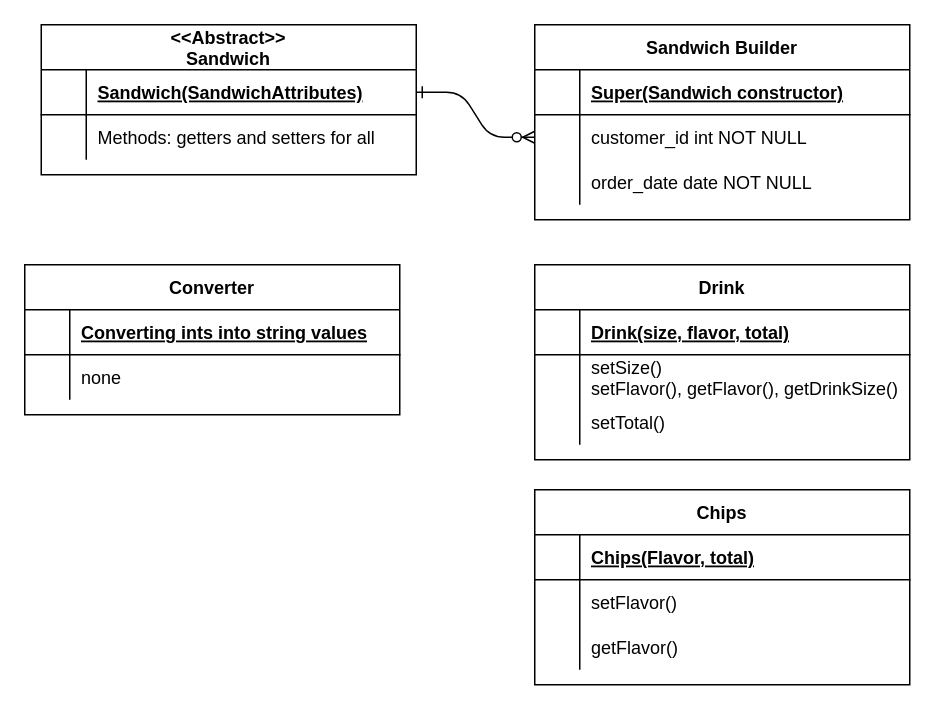
Before: Untitled Diagram.drawio in KailaTheeNgineer/TurtlePaint, a draw.io diagram. Source tidied: cells renumbered, new cells numbered last; positions are measured from the earlier drawing's top-left corner, leaving out a move shared by most shapes. Both pictures are drawn from the tidied source at 150%, with x=0, y=0 at pixel (24, 24).
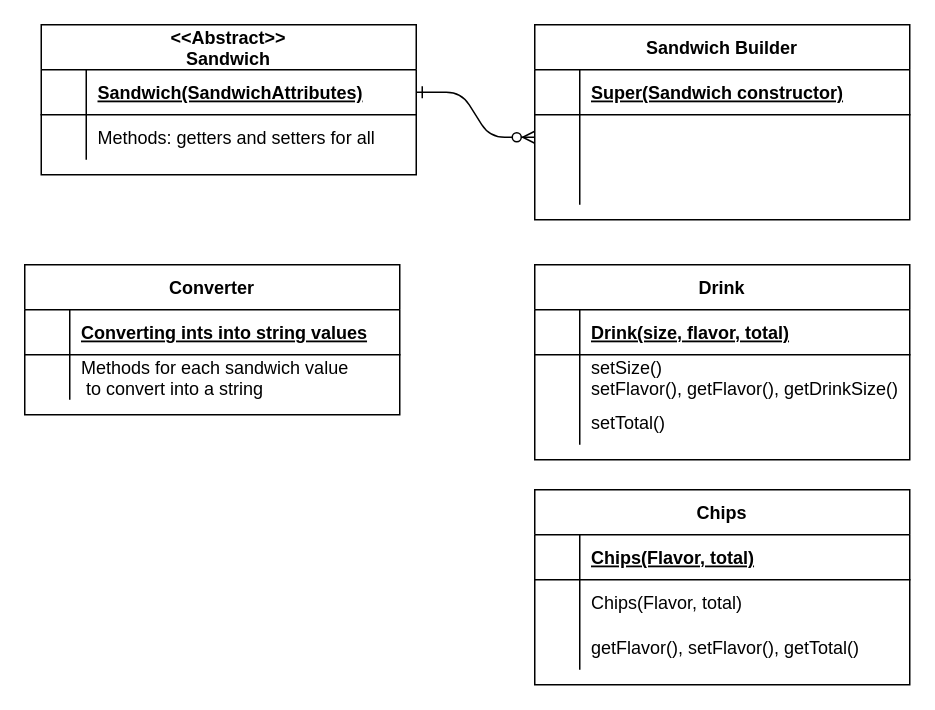
Above is the later version.

Unchanged cells that the change refers to:
```xml
<mxCell id="7" style="shape=partialRectangle;fillColor=none;points=[[0,0.5],[1,0.5]];portConstraint=eastwest;top=0;left=0;right=0;bottom=0;" parent="3" vertex="1">
  <mxGeometry y="60" width="250" height="30" as="geometry" />
</mxCell>
<mxCell id="10" style="shape=partialRectangle;fillColor=none;top=0;left=0;right=0;bottom=0;" parent="3" vertex="1">
  <mxGeometry y="90" width="250" height="30" as="geometry" />
</mxCell>
<mxCell id="34" style="shape=partialRectangle;fillColor=none;top=0;left=0;right=0;bottom=0;" parent="30" vertex="1">
  <mxGeometry y="60" width="250" height="30" as="geometry" />
</mxCell>
<mxCell id="41" style="shape=partialRectangle;fillColor=none;top=0;left=0;right=0;bottom=0;" parent="37" vertex="1">
  <mxGeometry y="60" width="250" height="30" as="geometry" />
</mxCell>
<mxCell id="44" style="shape=partialRectangle;fillColor=none;top=0;left=0;right=0;bottom=0;" parent="37" vertex="1">
  <mxGeometry y="90" width="250" height="30" as="geometry" />
</mxCell>
```

What changed in the source:
```diff
@@
-    <mxCell id="9" value="customer_id int NOT NULL" style="shape=partialRectangle;overflow=hidden;fillColor=none;top=0;left=0;bottom=0;right=0;align=left;spacingLeft=6;" parent="7" vertex="1">
+    <mxCell id="9" style="shape=partialRectangle;overflow=hidden;fillColor=none;top=0;left=0;bottom=0;right=0;align=left;spacingLeft=6;" parent="7" vertex="1">
       <mxGeometry x="30" width="220" height="30" as="geometry" />
     </mxCell>
@@
-    <mxCell id="12" value="order_date date NOT NULL" style="shape=partialRectangle;overflow=hidden;fillColor=none;top=0;left=0;bottom=0;right=0;align=left;spacingLeft=6;" parent="10" vertex="1">
+    <mxCell id="12" style="shape=partialRectangle;overflow=hidden;fillColor=none;top=0;left=0;bottom=0;right=0;align=left;spacingLeft=6;" parent="10" vertex="1">
       <mxGeometry x="30" width="220" height="30" as="geometry" />
     </mxCell>
@@
-    <mxCell id="36" value="none" style="shape=partialRectangle;overflow=hidden;fillColor=none;top=0;left=0;bottom=0;right=0;align=left;spacingLeft=6;" parent="34" vertex="1">
+    <mxCell id="36" value="Methods for each sandwich value&#10; to convert into a string" style="shape=partialRectangle;overflow=hidden;fillColor=none;top=0;left=0;bottom=0;right=0;align=left;spacingLeft=6;" parent="34" vertex="1">
       <mxGeometry x="30" width="220" height="30" as="geometry" />
     </mxCell>
@@
-    <mxCell id="43" value="setFlavor()" style="shape=partialRectangle;overflow=hidden;fillColor=none;top=0;left=0;bottom=0;right=0;align=left;spacingLeft=6;" parent="41" vertex="1">
+    <mxCell id="43" value="Chips(Flavor, total)" style="shape=partialRectangle;overflow=hidden;fillColor=none;top=0;left=0;bottom=0;right=0;align=left;spacingLeft=6;" parent="41" vertex="1">
       <mxGeometry x="30" width="220" height="30" as="geometry" />
     </mxCell>
@@
-    <mxCell id="46" value="getFlavor()" style="shape=partialRectangle;overflow=hidden;fillColor=none;top=0;left=0;bottom=0;right=0;align=left;spacingLeft=6;" parent="44" vertex="1">
+    <mxCell id="46" value="getFlavor(), setFlavor(), getTotal()" style="shape=partialRectangle;overflow=hidden;fillColor=none;top=0;left=0;bottom=0;right=0;align=left;spacingLeft=6;" parent="44" vertex="1">
       <mxGeometry x="30" width="220" height="30" as="geometry" />
     </mxCell>
```
